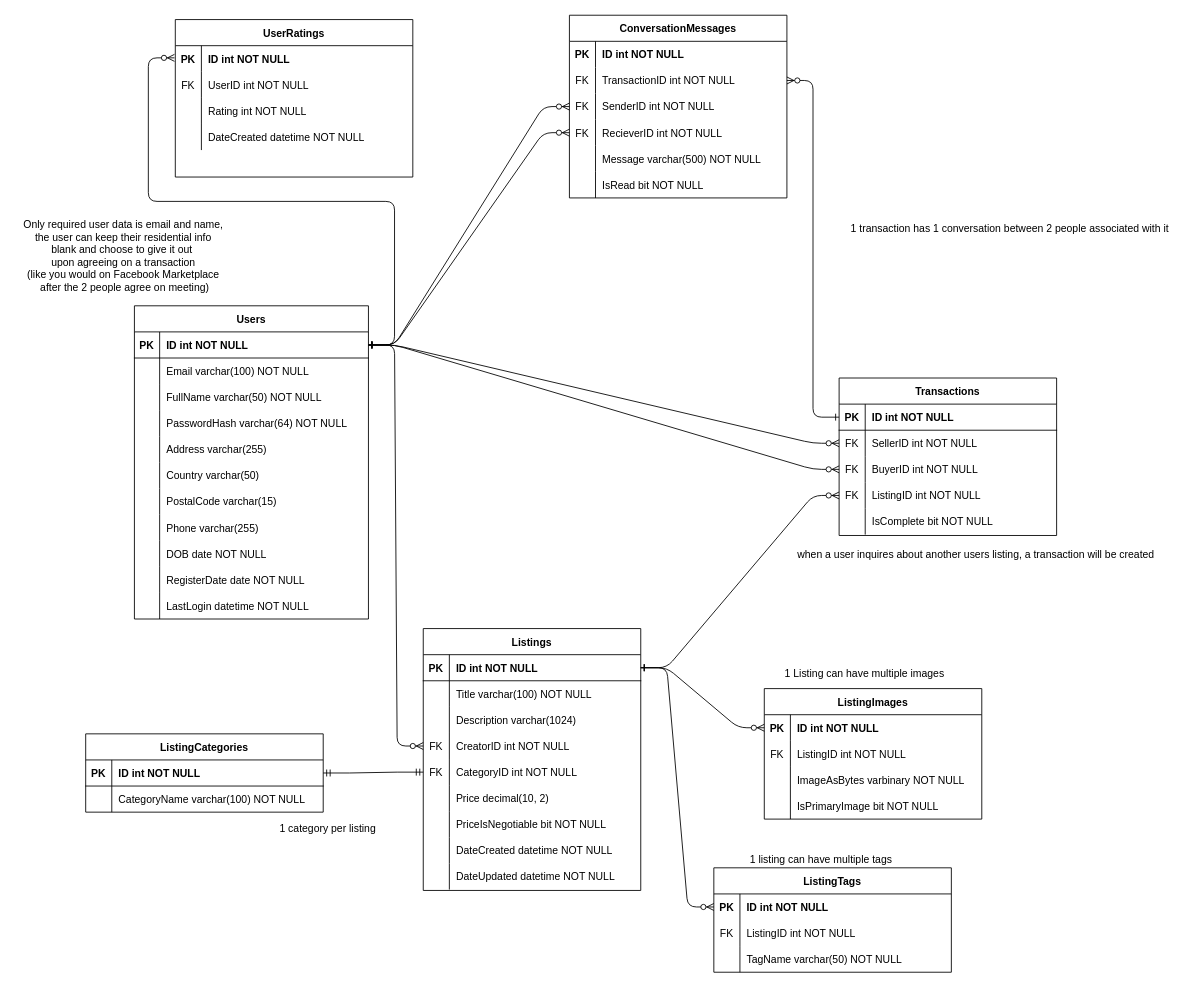
Before: diagrams/entity-relationship-diagram.drawio in ruskpr/marketio, a draw.io diagram. Source tidied: cells renumbered, new cells numbered last; positions are measured from the earlier drawing's top-left corner, leaving out a move shared by most shapes. Both pictures are drawn from the tidied source at 87%, with x=0, y=0 at pixel (15, 15).
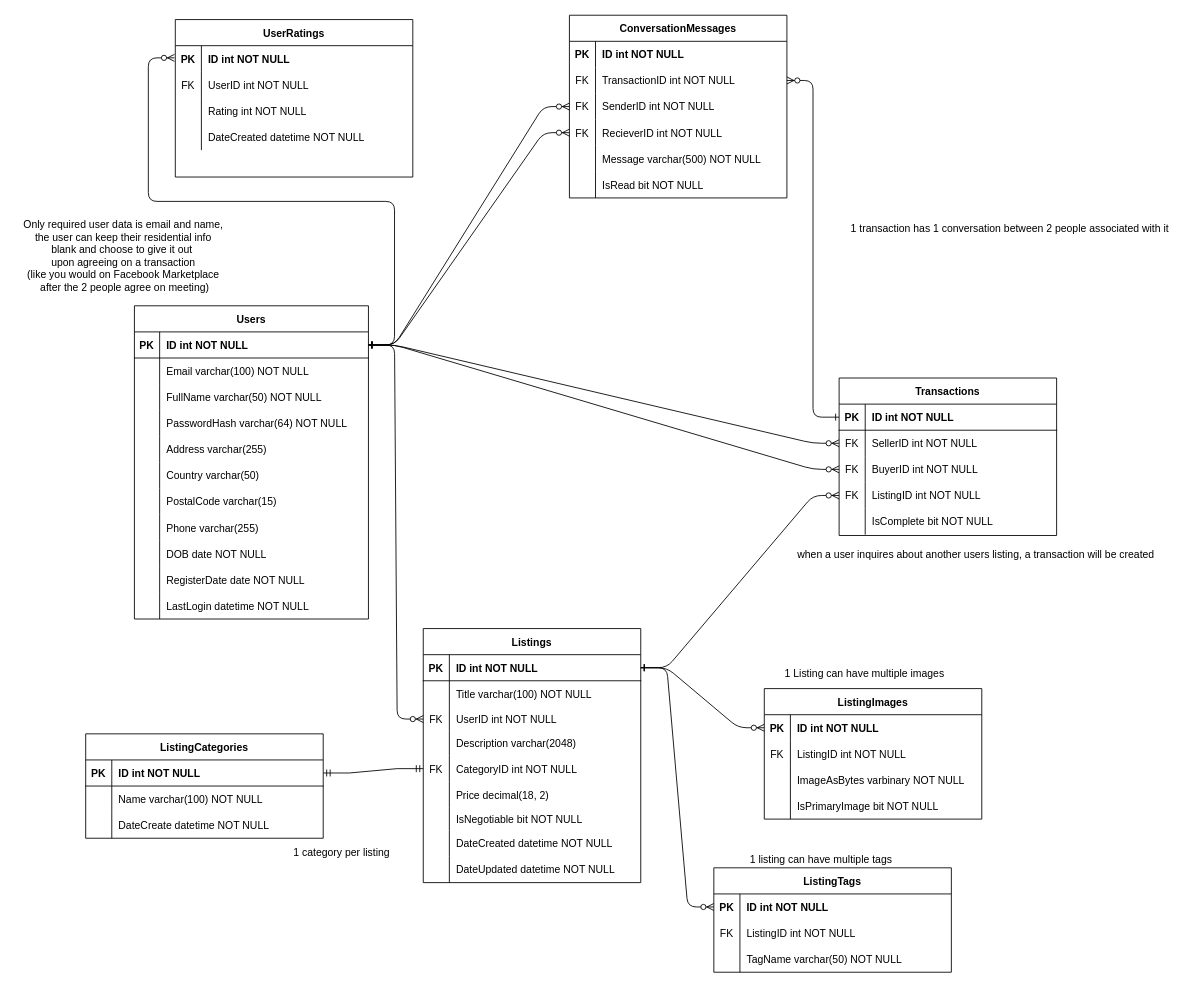
The same diagram, later.

The change refers to these unchanged cells:
```xml
<mxCell id="127" style="shape=partialRectangle;fillColor=none;top=0;left=0;right=0;bottom=0;" parent="123" vertex="1">
  <mxGeometry y="60" width="273" height="30" as="geometry" />
</mxCell>
```

What changed in the source:
```diff
@@
     <mxCell id="19" value="Listings" style="shape=table;startSize=30;childLayout=tableLayout;rowLines=0;fontStyle=1;align=center;" parent="1" vertex="1">
-      <mxGeometry x="469" y="705" width="250" height="301" as="geometry" />
+      <mxGeometry x="469" y="705" width="250" height="292" as="geometry" />
     </mxCell>
@@
+    <mxCell id="29" style="shape=partialRectangle;fillColor=none;points=[[0,0.5],[1,0.5]];portConstraint=eastwest;top=0;left=0;right=0;bottom=0;" parent="19" vertex="1">
+      <mxGeometry y="90" width="250" height="28" as="geometry" />
+    </mxCell>
+    <mxCell id="30" value="FK" style="shape=partialRectangle;overflow=hidden;fillColor=none;top=0;left=0;bottom=0;right=0;" parent="29" vertex="1">
+      <mxGeometry width="30" height="28" as="geometry" />
+    </mxCell>
+    <mxCell id="31" value="UserID int NOT NULL" style="shape=partialRectangle;overflow=hidden;fillColor=none;top=0;left=0;bottom=0;right=0;align=left;spacingLeft=6;" parent="29" vertex="1">
+      <mxGeometry x="30" width="220" height="28" as="geometry" />
+    </mxCell>
     <mxCell id="26" style="shape=partialRectangle;fillColor=none;top=0;left=0;right=0;bottom=0;" parent="19" vertex="1">
-      <mxGeometry y="90" width="250" height="30" as="geometry" />
+      <mxGeometry y="118" width="250" height="28" as="geometry" />
     </mxCell>
     <mxCell id="27" style="shape=partialRectangle;overflow=hidden;fillColor=none;top=0;left=0;bottom=0;right=0;" parent="26" vertex="1">
-      <mxGeometry width="30" height="30" as="geometry" />
+      <mxGeometry width="30" height="28" as="geometry" />
     </mxCell>
-    <mxCell id="28" value="Description varchar(1024) " style="shape=partialRectangle;overflow=hidden;fillColor=none;top=0;left=0;bottom=0;right=0;align=left;spacingLeft=6;" parent="26" vertex="1">
-      <mxGeometry x="30" width="220" height="30" as="geometry" />
+    <mxCell id="28" value="Description varchar(2048) " style="shape=partialRectangle;overflow=hidden;fillColor=none;top=0;left=0;bottom=0;right=0;align=left;spacingLeft=6;" parent="26" vertex="1">
+      <mxGeometry x="30" width="220" height="28" as="geometry" />
     </mxCell>
-    <mxCell id="29" style="shape=partialRectangle;fillColor=none;points=[[0,0.5],[1,0.5]];portConstraint=eastwest;top=0;left=0;right=0;bottom=0;" parent="19" vertex="1">
-      <mxGeometry y="120" width="250" height="30" as="geometry" />
-    </mxCell>
-    <mxCell id="30" value="FK" style="shape=partialRectangle;overflow=hidden;fillColor=none;top=0;left=0;bottom=0;right=0;" parent="29" vertex="1">
-      <mxGeometry width="30" height="30" as="geometry" />
-    </mxCell>
-    <mxCell id="31" value="CreatorID int NOT NULL" style="shape=partialRectangle;overflow=hidden;fillColor=none;top=0;left=0;bottom=0;right=0;align=left;spacingLeft=6;" parent="29" vertex="1">
-      <mxGeometry x="30" width="220" height="30" as="geometry" />
-    </mxCell>
     <mxCell id="32" style="shape=partialRectangle;fillColor=none;points=[[0,0.5],[1,0.5]];portConstraint=eastwest;top=0;left=0;right=0;bottom=0;" parent="19" vertex="1">
-      <mxGeometry y="150" width="250" height="30" as="geometry" />
+      <mxGeometry y="146" width="250" height="30" as="geometry" />
     </mxCell>
@@
     <mxCell id="35" style="shape=partialRectangle;fillColor=none;top=0;left=0;right=0;bottom=0;" parent="19" vertex="1">
-      <mxGeometry y="180" width="250" height="30" as="geometry" />
+      <mxGeometry y="176" width="250" height="30" as="geometry" />
     </mxCell>
@@
-    <mxCell id="37" value="Price decimal(10, 2)" style="shape=partialRectangle;overflow=hidden;fillColor=none;top=0;left=0;bottom=0;right=0;align=left;spacingLeft=6;" parent="35" vertex="1">
+    <mxCell id="37" value="Price decimal(18, 2)" style="shape=partialRectangle;overflow=hidden;fillColor=none;top=0;left=0;bottom=0;right=0;align=left;spacingLeft=6;" parent="35" vertex="1">
       <mxGeometry x="30" width="220" height="30" as="geometry" />
     </mxCell>
     <mxCell id="38" style="shape=partialRectangle;fillColor=none;top=0;left=0;right=0;bottom=0;" parent="19" vertex="1">
-      <mxGeometry y="210" width="250" height="30" as="geometry" />
+      <mxGeometry y="206" width="250" height="26" as="geometry" />
     </mxCell>
     <mxCell id="39" style="shape=partialRectangle;overflow=hidden;fillColor=none;top=0;left=0;bottom=0;right=0;" parent="38" vertex="1">
-      <mxGeometry width="30" height="30" as="geometry" />
+      <mxGeometry width="30" height="26" as="geometry" />
     </mxCell>
-    <mxCell id="40" value="PriceIsNegotiable bit NOT NULL" style="shape=partialRectangle;overflow=hidden;fillColor=none;top=0;left=0;bottom=0;right=0;align=left;spacingLeft=6;" parent="38" vertex="1">
-      <mxGeometry x="30" width="220" height="30" as="geometry" />
+    <mxCell id="40" value="IsNegotiable bit NOT NULL" style="shape=partialRectangle;overflow=hidden;fillColor=none;top=0;left=0;bottom=0;right=0;align=left;spacingLeft=6;" parent="38" vertex="1">
+      <mxGeometry x="30" width="220" height="26" as="geometry" />
     </mxCell>
     <mxCell id="41" style="shape=partialRectangle;fillColor=none;top=0;left=0;right=0;bottom=0;" parent="19" vertex="1">
-      <mxGeometry y="240" width="250" height="30" as="geometry" />
+      <mxGeometry y="232" width="250" height="30" as="geometry" />
     </mxCell>
@@
     <mxCell id="44" style="shape=partialRectangle;fillColor=none;top=0;left=0;right=0;bottom=0;" parent="19" vertex="1">
-      <mxGeometry y="270" width="250" height="30" as="geometry" />
+      <mxGeometry y="262" width="250" height="30" as="geometry" />
     </mxCell>
@@
     <mxCell id="123" value="ListingCategories" style="shape=table;startSize=30;childLayout=tableLayout;rowLines=0;fontStyle=1;align=center;" parent="1" vertex="1">
-      <mxGeometry x="81" y="826" width="273" height="90" as="geometry" />
+      <mxGeometry x="81" y="826" width="273" height="120" as="geometry" />
     </mxCell>
@@
-    <mxCell id="129" value="CategoryName varchar(100) NOT NULL" style="shape=partialRectangle;overflow=hidden;fillColor=none;top=0;left=0;bottom=0;right=0;align=left;spacingLeft=6;" parent="127" vertex="1">
+    <mxCell id="129" value="Name varchar(100) NOT NULL" style="shape=partialRectangle;overflow=hidden;fillColor=none;top=0;left=0;bottom=0;right=0;align=left;spacingLeft=6;" parent="127" vertex="1">
       <mxGeometry x="30" width="243" height="30" as="geometry" />
     </mxCell>
+    <mxCell id="159" style="shape=partialRectangle;fillColor=none;top=0;left=0;right=0;bottom=0;" parent="123" vertex="1">
+      <mxGeometry y="90" width="273" height="30" as="geometry" />
+    </mxCell>
+    <mxCell id="160" style="shape=partialRectangle;overflow=hidden;fillColor=none;top=0;left=0;bottom=0;right=0;" parent="159" vertex="1">
+      <mxGeometry width="30" height="30" as="geometry" />
+    </mxCell>
+    <mxCell id="161" value="DateCreate datetime NOT NULL" style="shape=partialRectangle;overflow=hidden;fillColor=none;top=0;left=0;bottom=0;right=0;align=left;spacingLeft=6;" parent="159" vertex="1">
+      <mxGeometry x="30" width="243" height="30" as="geometry" />
+    </mxCell>
@@
     <mxCell id="142" value="1 category per listing" style="text;html=1;align=center;verticalAlign=middle;strokeColor=none;fillColor=none;" parent="1" vertex="1">
-      <mxGeometry x="294" y="922" width="129" height="26" as="geometry" />
+      <mxGeometry x="310" y="950" width="129" height="26" as="geometry" />
     </mxCell>
```
